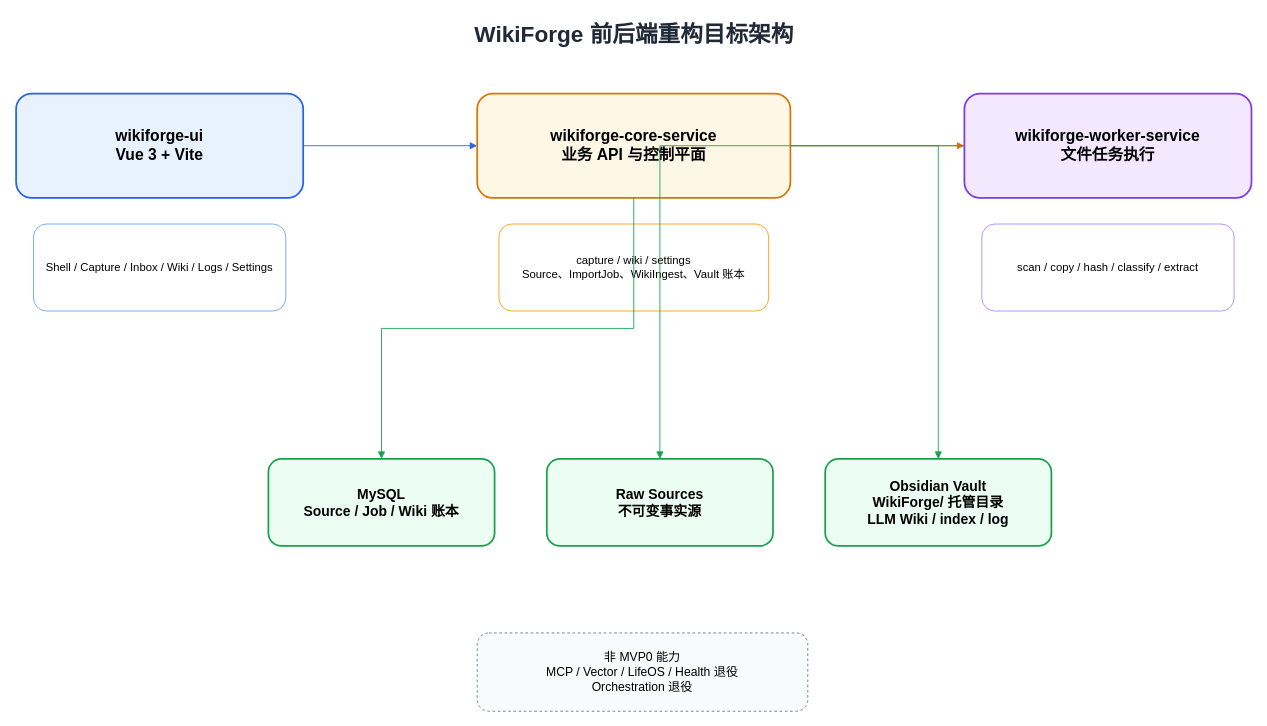
Above: page "前后端架构图" (2 of 4) of docs/rebuild/2026-05-24-mvp0-baseline/diagrams/2026-05-24-WikiForge-four-layer-architecture.drawio in BonusWang/WikiForge (draw.io), before the change. Source tidied: cells renumbered, new cells numbered last; positions are measured from the earlier drawing's top-left corner, leaving out a move shared by most shapes. Both pictures are drawn from the tidied source at 87%, with x=0, y=0 at pixel (16, 15).
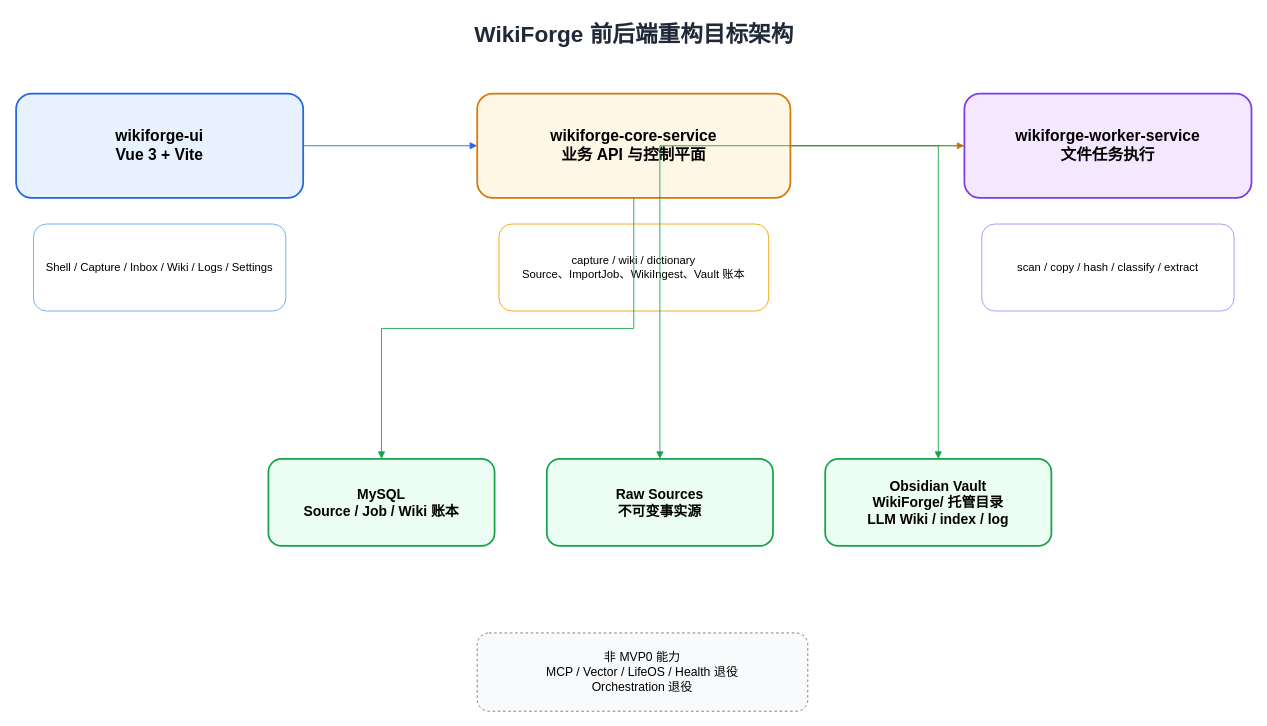
After the change.

Commit message (it also covers changes not shown here):
mvp0: narrow settings page scope

What changed in the source:
```diff
@@
 <mxGraphModel>
   <root>
     <mxCell id="0" />
     <mxCell id="1" parent="0" />
     <mxCell id="2" value="WikiForge 前后端重构目标架构" style="text;html=1;fontSize=26;fontStyle=1;align=center;strokeColor=none;fillColor=none;fontColor=#1F2937;" parent="1" vertex="1">
       <mxGeometry x="160" width="1100" height="50" as="geometry" />
     </mxCell>
     <mxCell id="3" value="wikiforge-ui&#10;Vue 3 + Vite" style="rounded=1;whiteSpace=wrap;html=1;fillColor=#E8F2FF;strokeColor=#2563EB;strokeWidth=2;fontSize=18;fontStyle=1;" parent="1" vertex="1">
       <mxGeometry y="90" width="330" height="120" as="geometry" />
     </mxCell>
     <mxCell id="4" value="Shell / Capture / Inbox / Wiki / Logs / Settings" style="rounded=1;whiteSpace=wrap;html=1;fillColor=#FFFFFF;strokeColor=#60A5FA;fontSize=13;" parent="1" vertex="1">
       <mxGeometry x="20" y="240" width="290" height="100" as="geometry" />
     </mxCell>
     <mxCell id="5" value="wikiforge-core-service&#10;业务 API 与控制平面" style="rounded=1;whiteSpace=wrap;html=1;fillColor=#FFF7E6;strokeColor=#D97706;strokeWidth=2;fontSize=18;fontStyle=1;" parent="1" vertex="1">
       <mxGeometry x="530" y="90" width="360" height="120" as="geometry" />
     </mxCell>
-    <mxCell id="6" value="capture / wiki / settings&#10;Source、ImportJob、WikiIngest、Vault 账本" style="rounded=1;whiteSpace=wrap;html=1;fillColor=#FFFFFF;strokeColor=#F59E0B;fontSize=13;" parent="1" vertex="1">
+    <mxCell id="6" value="capture / wiki / dictionary&#10;Source、ImportJob、WikiIngest、Vault 账本" style="rounded=1;whiteSpace=wrap;html=1;fillColor=#FFFFFF;strokeColor=#F59E0B;fontSize=13;" parent="1" vertex="1">
       <mxGeometry x="555" y="240" width="310" height="100" as="geometry" />
     </mxCell>
     <mxCell id="7" value="wikiforge-worker-service&#10;文件任务执行" style="rounded=1;whiteSpace=wrap;html=1;fillColor=#F3E8FF;strokeColor=#7C3AED;strokeWidth=2;fontSize=18;fontStyle=1;" parent="1" vertex="1">
       <mxGeometry x="1090" y="90" width="330" height="120" as="geometry" />
     </mxCell>
     <mxCell id="8" value="scan / copy / hash / classify / extract" style="rounded=1;whiteSpace=wrap;html=1;fillColor=#FFFFFF;strokeColor=#A78BFA;fontSize=13;" parent="1" vertex="1">
       <mxGeometry x="1110" y="240" width="290" height="100" as="geometry" />
     </mxCell>
     <mxCell id="9" value="MySQL&#10;Source / Job / Wiki 账本" style="rounded=1;whiteSpace=wrap;html=1;fillColor=#ECFDF3;strokeColor=#16A34A;strokeWidth=2;fontSize=16;fontStyle=1;" parent="1" vertex="1">
       <mxGeometry x="290" y="510" width="260" height="100" as="geometry" />
     </mxCell>
     <mxCell id="10" value="Raw Sources&#10;不可变事实源" style="rounded=1;whiteSpace=wrap;html=1;fillColor=#ECFDF3;strokeColor=#16A34A;strokeWidth=2;fontSize=16;fontStyle=1;" parent="1" vertex="1">
       <mxGeometry x="610" y="510" width="260" height="100" as="geometry" />
     </mxCell>
     <mxCell id="11" value="Obsidian Vault&#10;WikiForge/ 托管目录&#10;LLM Wiki / index / log" style="rounded=1;whiteSpace=wrap;html=1;fillColor=#ECFDF3;strokeColor=#16A34A;strokeWidth=2;fontSize=16;fontStyle=1;" parent="1" vertex="1">
       <mxGeometry x="930" y="510" width="260" height="100" as="geometry" />
     </mxCell>
     <mxCell id="12" value="非 MVP0 能力&#10;MCP / Vector / LifeOS / Health 退役&#10;Orchestration 退役" style="rounded=1;whiteSpace=wrap;html=1;fillColor=#F8FAFC;strokeColor=#64748B;dashed=1;fontSize=14;" parent="1" vertex="1">
       <mxGeometry x="530" y="710" width="380" height="90" as="geometry" />
     </mxCell>
     <mxCell id="13" style="edgeStyle=orthogonalEdgeStyle;rounded=0;html=1;strokeColor=#2563EB;endArrow=block;" parent="1" edge="1" source="3" target="5">
       <mxGeometry relative="1" as="geometry" />
     </mxCell>
     <mxCell id="14" style="edgeStyle=orthogonalEdgeStyle;rounded=0;html=1;strokeColor=#D97706;endArrow=block;" parent="1" edge="1" source="5" target="7">
       <mxGeometry relative="1" as="geometry" />
     </mxCell>
     <mxCell id="15" style="edgeStyle=orthogonalEdgeStyle;rounded=0;html=1;strokeColor=#16A34A;endArrow=block;" parent="1" edge="1" source="5" target="9">
       <mxGeometry relative="1" as="geometry" />
     </mxCell>
     <mxCell id="16" style="edgeStyle=orthogonalEdgeStyle;rounded=0;html=1;strokeColor=#16A34A;endArrow=block;" parent="1" edge="1" source="7" target="10">
       <mxGeometry relative="1" as="geometry" />
     </mxCell>
     <mxCell id="17" style="edgeStyle=orthogonalEdgeStyle;rounded=0;html=1;strokeColor=#16A34A;endArrow=block;" parent="1" edge="1" source="5" target="11">
       <mxGeometry relative="1" as="geometry" />
     </mxCell>
   </root>
 </mxGraphModel>
```
